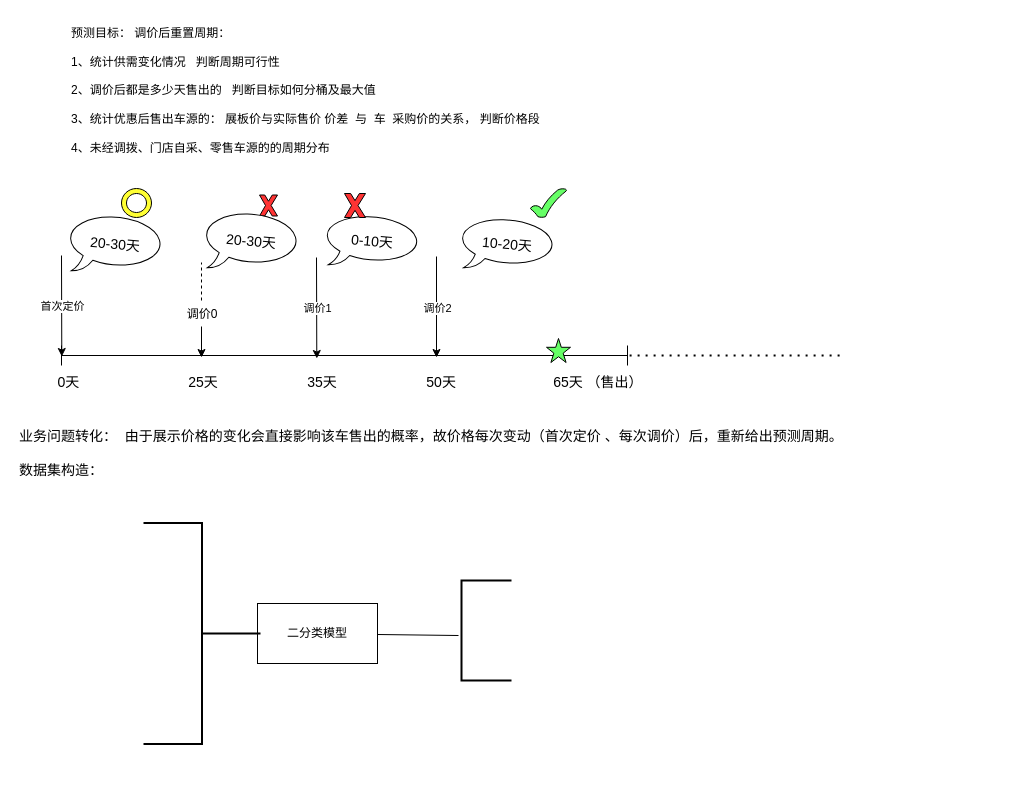
Above: 周期预测结构图.drawio in mrlonely001/gittest (draw.io), before the change. Source tidied: cells renumbered, new cells numbered last; positions are measured from the earlier drawing's top-left corner, leaving out a move shared by most shapes. Both pictures are drawn from the tidied source at 100%, with x=0, y=0 at pixel (17, 17).
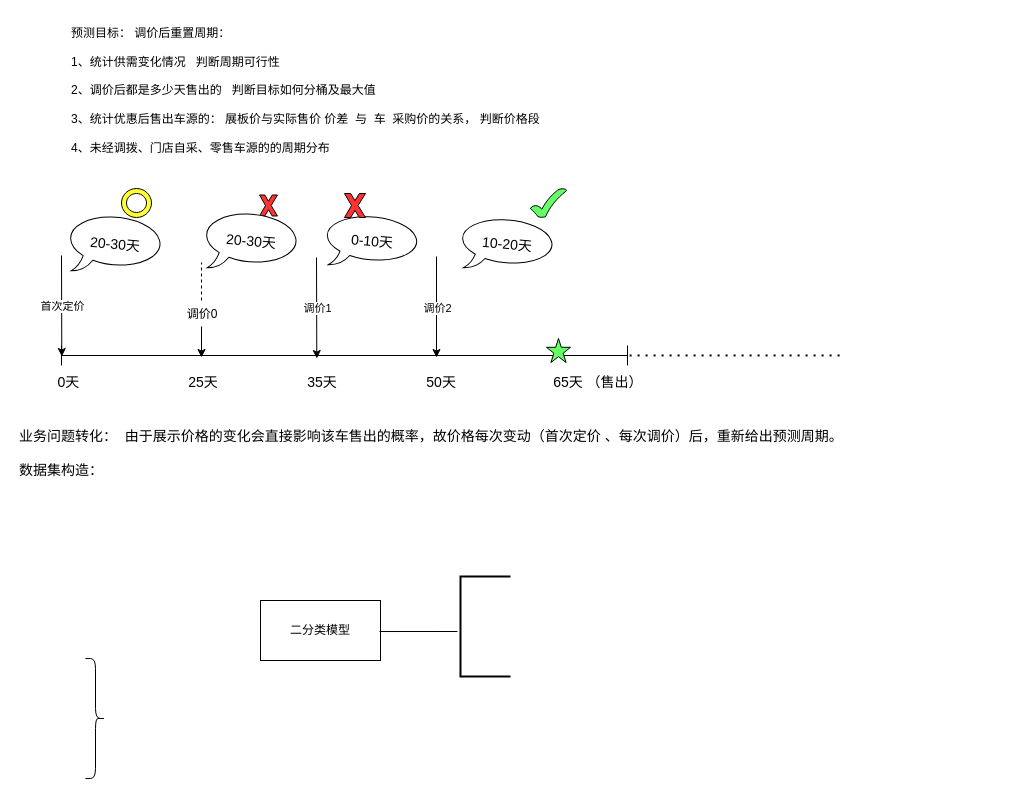
After the change.

Commit message:
更新周期预测结构图.drawio

What changed in the source:
```diff
@@
     <mxCell id="27" value="二分类模型" style="rounded=0;whiteSpace=wrap;html=1;fillColor=#FFFFFF;" parent="1" vertex="1">
-      <mxGeometry x="240" y="586" width="120" height="60" as="geometry" />
+      <mxGeometry x="243" y="583" width="120" height="60" as="geometry" />
     </mxCell>
-    <mxCell id="28" style="strokeWidth=2;html=1;shape=mxgraph.flowchart.annotation_2;align=left;labelPosition=right;fillColor=#FFFFFF;rotation=-180;" parent="1" vertex="1">
-      <mxGeometry x="126" y="505.5" width="117" height="221" as="geometry" />
-    </mxCell>
     <mxCell id="29" style="strokeWidth=2;html=1;shape=mxgraph.flowchart.annotation_1;align=left;fillColor=#FFFFFF;" parent="1" vertex="1">
-      <mxGeometry x="444" y="563" width="50" height="100" as="geometry" />
+      <mxGeometry x="443" y="559" width="50" height="100" as="geometry" />
     </mxCell>
-    <mxCell id="30" style="endArrow=none;html=1;rounded=0;entryX=-0.06;entryY=0.55;entryDx=0;entryDy=0;entryPerimeter=0;" parent="1" edge="1" target="29">
-      <mxGeometry relative="1" as="geometry">
-        <mxPoint x="360" y="617" as="sourcePoint" />
-      </mxGeometry>
+    <mxCell id="30" style="endArrow=none;html=1;rounded=0;entryX=-0.06;entryY=0.55;entryDx=0;entryDy=0;entryPerimeter=0;exitX=0.992;exitY=0.517;exitDx=0;exitDy=0;exitPerimeter=0;" parent="1" edge="1" source="27" target="29">
+      <mxGeometry relative="1" as="geometry" />
     </mxCell>
+    <mxCell id="31" style="shape=curlyBracket;whiteSpace=wrap;html=1;rounded=1;flipH=1;labelPosition=right;verticalLabelPosition=middle;align=left;verticalAlign=middle;fillColor=#FFFFFF;" parent="1" vertex="1">
+      <mxGeometry x="68" y="641" width="20" height="120" as="geometry" />
+    </mxCell>
```
